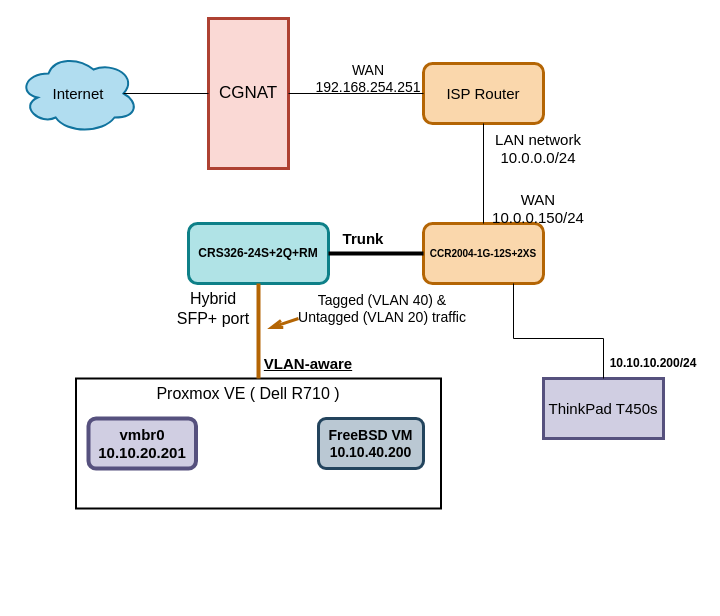
Earlier version of the draw.io diagram media/topology.drawio (Andreansx/Networking-lab). Source tidied: cells renumbered, new cells numbered last; positions are measured from the earlier drawing's top-left corner, leaving out a move shared by most shapes. Both pictures are drawn from the tidied source at 100%, with x=0, y=0 at pixel (18, 18).
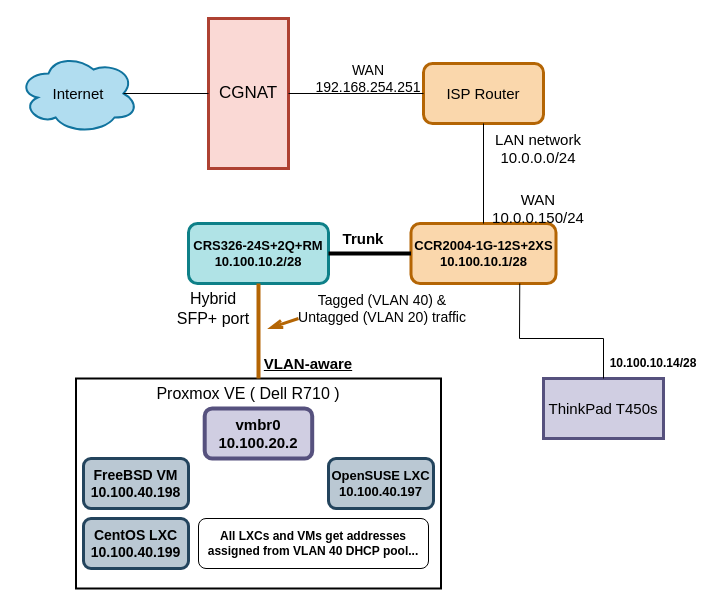
The same page after the edit.

Unchanged cells that the change refers to:
```xml
<mxCell id="15" value="&lt;font style=&quot;font-size: 15px;&quot;&gt;ThinkPad T450s&lt;/font&gt;" style="rounded=0;whiteSpace=wrap;html=1;fillColor=#d0cee2;strokeColor=#56517e;strokeWidth=3;" parent="1" vertex="1">
  <mxGeometry x="525" y="360" width="120" height="60" as="geometry" />
</mxCell>
```

What changed in the source:
```diff
@@
-    <mxCell id="9" value="&lt;font size=&quot;1&quot;&gt;&lt;b&gt;CCR2004-1G-12S+2XS&lt;/b&gt;&lt;/font&gt;" style="rounded=1;whiteSpace=wrap;html=1;fillColor=#fad7ac;strokeColor=#b46504;strokeWidth=3;" parent="1" vertex="1">
-      <mxGeometry x="405" y="205" width="120" height="60" as="geometry" />
+    <mxCell id="9" value="&lt;div&gt;&lt;font style=&quot;font-size: 13px;&quot;&gt;&lt;b&gt;CCR2004-1G-12S+2XS&lt;/b&gt;&lt;/font&gt;&lt;/div&gt;&lt;div&gt;&lt;font style=&quot;font-size: 13px;&quot;&gt;&lt;b&gt;10.100.10.1/28&lt;/b&gt;&lt;/font&gt;&lt;/div&gt;" style="rounded=1;whiteSpace=wrap;html=1;fillColor=#fad7ac;strokeColor=#b46504;strokeWidth=3;" parent="1" vertex="1">
+      <mxGeometry x="392.5" y="205" width="145" height="60" as="geometry" />
     </mxCell>
@@
-    <mxCell id="12" value="&lt;b&gt;CRS326-24S+2Q+RM&lt;/b&gt;" style="rounded=1;whiteSpace=wrap;html=1;fillColor=#b0e3e6;strokeColor=#0e8088;strokeWidth=3;" parent="1" vertex="1">
+    <mxCell id="12" value="&lt;div&gt;&lt;font style=&quot;font-size: 13px;&quot;&gt;&lt;b&gt;CRS326-24S+2Q+RM&lt;/b&gt;&lt;/font&gt;&lt;/div&gt;&lt;div&gt;&lt;font style=&quot;font-size: 13px;&quot;&gt;&lt;b&gt;10.100.10.2/28&lt;/b&gt;&lt;/font&gt;&lt;/div&gt;" style="rounded=1;whiteSpace=wrap;html=1;fillColor=#b0e3e6;strokeColor=#0e8088;strokeWidth=3;" parent="1" vertex="1">
       <mxGeometry x="170" y="205" width="140" height="60" as="geometry" />
     </mxCell>
@@
     <mxCell id="16" style="endArrow=none;html=1;rounded=0;entryX=0.75;entryY=1;entryDx=0;entryDy=0;exitX=0.5;exitY=0;exitDx=0;exitDy=0;" parent="1" edge="1" source="15" target="9">
       <mxGeometry relative="1" as="geometry">
         <Array as="points">
           <mxPoint x="585" y="320" />
-          <mxPoint x="495" y="320" />
+          <mxPoint x="501" y="320" />
         </Array>
       </mxGeometry>
     </mxCell>
-    <mxCell id="17" value="&lt;b&gt;10.10.10.200/24&lt;/b&gt;" style="text;html=1;align=center;verticalAlign=middle;whiteSpace=wrap;rounded=0;" parent="1" vertex="1">
+    <mxCell id="17" value="&lt;div&gt;&lt;b&gt;10.100.10.14/28&lt;/b&gt;&lt;/div&gt;" style="text;html=1;align=center;verticalAlign=middle;whiteSpace=wrap;rounded=0;" parent="1" vertex="1">
       <mxGeometry x="585" y="320" width="100" height="50" as="geometry" />
     </mxCell>
     <mxCell id="18" style="rounded=0;whiteSpace=wrap;html=1;strokeWidth=2;" parent="1" vertex="1">
-      <mxGeometry x="57.5" y="360" width="365" height="130" as="geometry" />
+      <mxGeometry x="57.5" y="360" width="365" height="210" as="geometry" />
     </mxCell>
@@
-    <mxCell id="22" value="&lt;div&gt;&lt;font style=&quot;font-size: 15px;&quot;&gt;&lt;b&gt;vmbr0&lt;/b&gt;&lt;/font&gt;&lt;/div&gt;&lt;div&gt;&lt;font style=&quot;font-size: 15px;&quot;&gt;&lt;b&gt;10.10.20.201&lt;/b&gt;&lt;/font&gt;&lt;/div&gt;" style="rounded=1;whiteSpace=wrap;html=1;fillColor=#d0cee2;strokeColor=#56517e;strokeWidth=4;" parent="1" vertex="1">
-      <mxGeometry x="70" y="400" width="107.5" height="50" as="geometry" />
+    <mxCell id="22" value="&lt;div&gt;&lt;font style=&quot;font-size: 15px;&quot;&gt;&lt;b&gt;vmbr0&lt;/b&gt;&lt;/font&gt;&lt;/div&gt;&lt;div&gt;&lt;font style=&quot;font-size: 15px;&quot;&gt;&lt;b&gt;10.100.20.2&lt;/b&gt;&lt;/font&gt;&lt;/div&gt;" style="rounded=1;whiteSpace=wrap;html=1;fillColor=#d0cee2;strokeColor=#56517e;strokeWidth=4;" parent="1" vertex="1">
+      <mxGeometry x="186.2" y="390" width="107.5" height="50" as="geometry" />
     </mxCell>
@@
-    <mxCell id="24" value="&lt;div&gt;&lt;font style=&quot;font-size: 14px;&quot;&gt;&lt;b&gt;FreeBSD VM&lt;/b&gt;&lt;/font&gt;&lt;/div&gt;&lt;div&gt;&lt;font style=&quot;font-size: 14px;&quot;&gt;&lt;b&gt;10.10.40.200&lt;/b&gt;&lt;/font&gt;&lt;/div&gt;" style="rounded=1;whiteSpace=wrap;html=1;fillColor=#bac8d3;strokeColor=#23445d;strokeWidth=3;" parent="1" vertex="1">
-      <mxGeometry x="300" y="400" width="105" height="50" as="geometry" />
+    <mxCell id="24" value="&lt;div&gt;&lt;font style=&quot;font-size: 14px;&quot;&gt;&lt;b&gt;FreeBSD VM&lt;/b&gt;&lt;/font&gt;&lt;/div&gt;&lt;div&gt;&lt;font style=&quot;font-size: 14px;&quot;&gt;&lt;b&gt;10.100.40.198&lt;/b&gt;&lt;/font&gt;&lt;/div&gt;" style="rounded=1;whiteSpace=wrap;html=1;fillColor=#bac8d3;strokeColor=#23445d;strokeWidth=3;" parent="1" vertex="1">
+      <mxGeometry x="65" y="440" width="105" height="50" as="geometry" />
     </mxCell>
@@
+    <mxCell id="29" value="&lt;div&gt;&lt;font style=&quot;font-size: 14px;&quot;&gt;&lt;b&gt;CentOS LXC&lt;/b&gt;&lt;/font&gt;&lt;/div&gt;&lt;div&gt;&lt;font style=&quot;font-size: 14px;&quot;&gt;&lt;b&gt;10.100.40.199&lt;/b&gt;&lt;/font&gt;&lt;/div&gt;" style="rounded=1;whiteSpace=wrap;html=1;fillColor=#bac8d3;strokeColor=#23445d;strokeWidth=3;" parent="1" vertex="1">
+      <mxGeometry x="65" y="500" width="105" height="50" as="geometry" />
+    </mxCell>
+    <mxCell id="30" value="&lt;div&gt;&lt;font style=&quot;font-size: 13px;&quot;&gt;&lt;b&gt;&lt;font&gt;OpenSUSE LXC&lt;/font&gt;&lt;/b&gt;&lt;/font&gt;&lt;/div&gt;&lt;div&gt;&lt;font style=&quot;font-size: 13px;&quot;&gt;&lt;b&gt;&lt;font&gt;10.100.40.197&lt;/font&gt;&lt;/b&gt;&lt;/font&gt;&lt;/div&gt;" style="rounded=1;whiteSpace=wrap;html=1;fillColor=#bac8d3;strokeColor=#23445d;strokeWidth=3;" parent="1" vertex="1">
+      <mxGeometry x="310" y="440" width="105" height="50" as="geometry" />
+    </mxCell>
+    <mxCell id="31" value="&lt;b&gt;All LXCs and VMs get addresses assigned from VLAN 40 DHCP pool...&lt;/b&gt;" style="rounded=1;whiteSpace=wrap;html=1;" parent="1" vertex="1">
+      <mxGeometry x="180" y="500" width="230" height="50" as="geometry" />
+    </mxCell>
```
